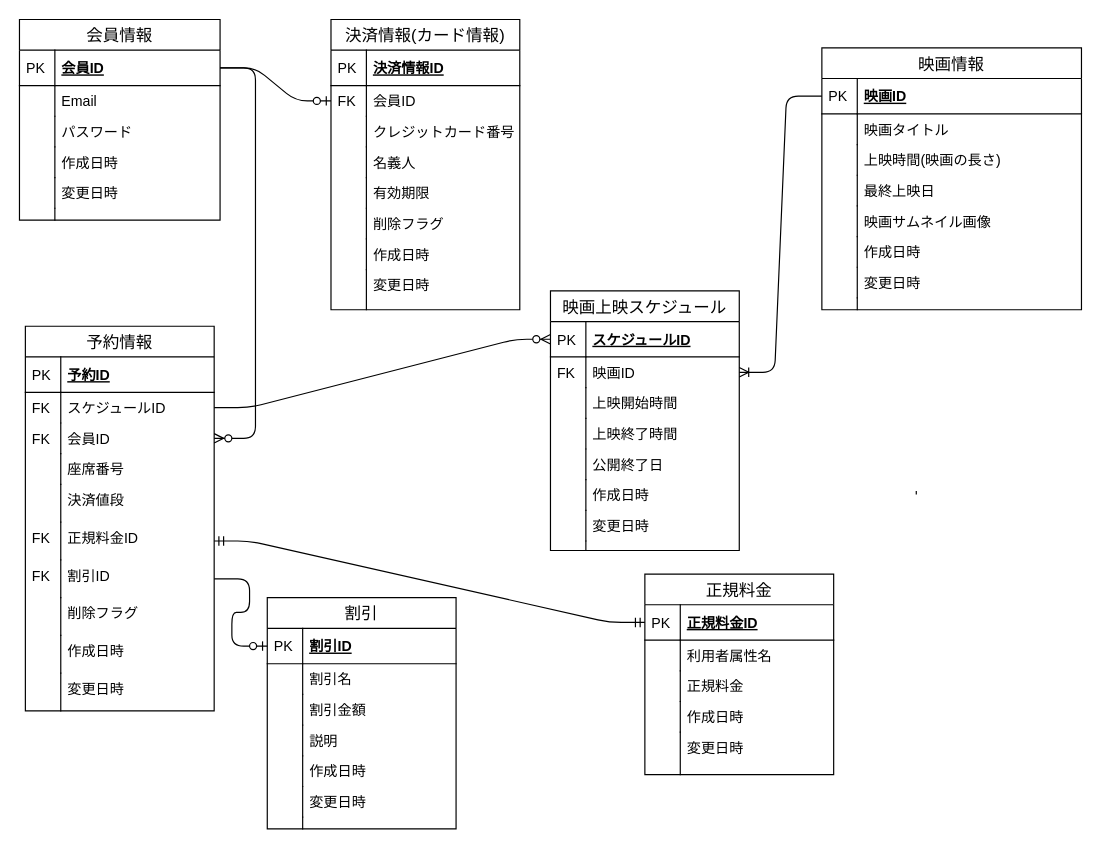
The draw.io diagram database.drawio in labotinc/quelcode-team3, before the edit. Source tidied: cells renumbered, new cells numbered last; positions are measured from the earlier drawing's top-left corner, leaving out a move shared by most shapes. Both pictures are drawn from the tidied source at 118%, with x=0, y=0 at pixel (19, 19).
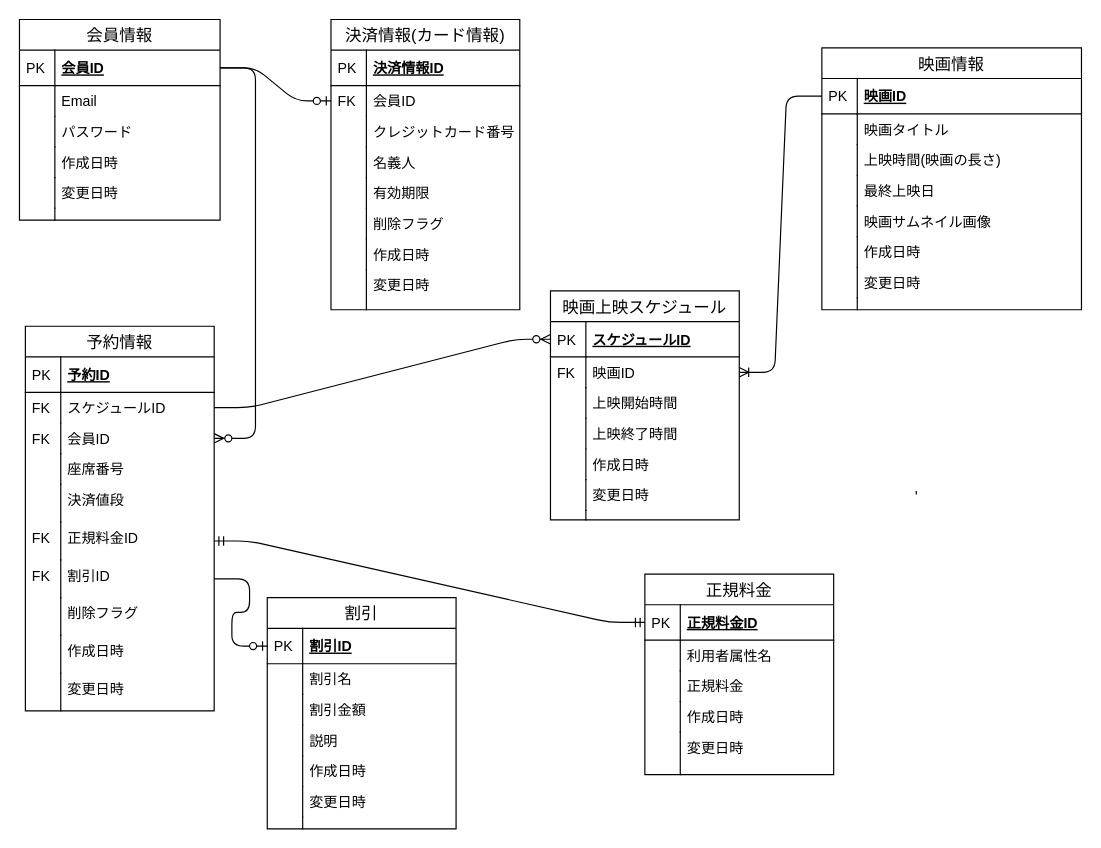
After the change.

Commit message (it also covers changes not shown here):
ER図を修正、DB設計書のリンクを追加

Diff of the diagram source:
```diff
@@
     <mxCell id="93" value="映画上映スケジュール" style="swimlane;fontStyle=0;horizontal=1;startSize=26;align=center;fontSize=14;" parent="1" vertex="1">
-      <mxGeometry x="450" y="230" width="160" height="220" as="geometry" />
+      <mxGeometry x="450" y="230" width="160" height="194" as="geometry" />
     </mxCell>
@@
-    <mxCell id="102" value="公開終了日&#10;" style="shape=partialRectangle;top=0;left=0;right=0;bottom=0;align=left;verticalAlign=top;fillColor=none;spacingLeft=34;spacingRight=4;overflow=hidden;fontSize=12;" parent="93" vertex="1">
-      <mxGeometry y="134" width="160" height="26" as="geometry" />
-    </mxCell>
-    <mxCell id="103" style="shape=partialRectangle;top=0;left=0;bottom=0;fillColor=none;align=left;verticalAlign=top;spacingLeft=4;spacingRight=4;overflow=hidden;fontSize=12;" parent="102" vertex="1">
-      <mxGeometry width="30" height="26" as="geometry" />
-    </mxCell>
     <mxCell id="104" value="作成日時" style="shape=partialRectangle;top=0;left=0;right=0;bottom=0;align=left;verticalAlign=top;fillColor=none;spacingLeft=34;spacingRight=4;overflow=hidden;fontSize=12;" parent="93" vertex="1">
-      <mxGeometry y="160" width="160" height="26" as="geometry" />
+      <mxGeometry y="134" width="160" height="26" as="geometry" />
     </mxCell>
@@
     <mxCell id="106" value="変更日時&#10;" style="shape=partialRectangle;top=0;left=0;right=0;bottom=0;align=left;verticalAlign=top;fillColor=none;spacingLeft=34;spacingRight=4;overflow=hidden;fontSize=12;" parent="93" vertex="1">
-      <mxGeometry y="186" width="160" height="26" as="geometry" />
+      <mxGeometry y="160" width="160" height="26" as="geometry" />
     </mxCell>
@@
     <mxCell id="108" style="shape=partialRectangle;top=0;left=0;right=0;bottom=0;align=left;verticalAlign=top;fillColor=none;spacingLeft=34;spacingRight=4;overflow=hidden;fontSize=12;" parent="93" vertex="1">
-      <mxGeometry y="212" width="160" height="8" as="geometry" />
+      <mxGeometry y="186" width="160" height="8" as="geometry" />
     </mxCell>
```
